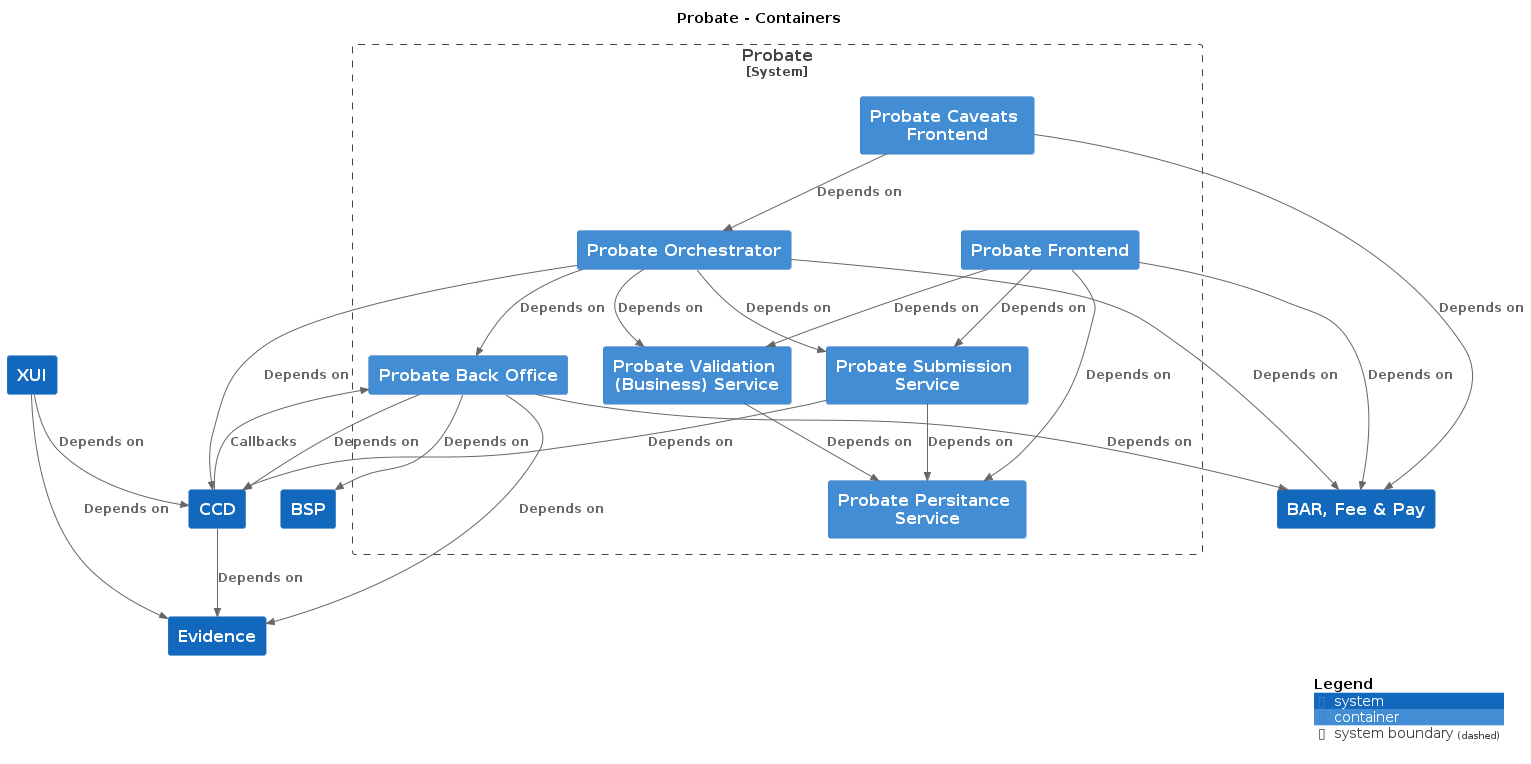
Above: docs/c4/probate/images/structurizr-probate-overview.png in hmcts/cnp-api-docs (PlantUML), before the change. Its diagram source:
```plantuml
@startuml
title Probate - Containers

top to bottom direction

!include https://raw.githubusercontent.com/plantuml-stdlib/C4-PlantUML/master/C4.puml
!include https://raw.githubusercontent.com/plantuml-stdlib/C4-PlantUML/master/C4_Context.puml
!include https://raw.githubusercontent.com/plantuml-stdlib/C4-PlantUML/master/C4_Container.puml

System(XUI, "XUI", "", $tags="")
System(CCD, "CCD", "", $tags="")
System(BARFeePay, "BAR, Fee & Pay", "", $tags="")
System(BSP, "BSP", "", $tags="")
System(Evidence, "Evidence", "", $tags="")

System_Boundary("Probate_boundary", "Probate") {
  Container(Probate.ProbatePersitanceService, "Probate Persitance Service", "", $tags="")
  Container(Probate.ProbateSubmissionService, "Probate Submission Service", "", $tags="")
  Container(Probate.ProbateFrontend, "Probate Frontend", "", $tags="")
  Container(Probate.ProbateCaveatsFrontend, "Probate Caveats Frontend", "", $tags="")
  Container(Probate.ProbateOrchestrator, "Probate Orchestrator", "", $tags="")
  Container(Probate.ProbateBackOffice, "Probate Back Office", "", $tags="")
  Container(Probate.ProbateValidationBusinessService, "Probate Validation (Business) Service", "", $tags="")
}

Rel_D(CCD, Evidence, "Depends on", $tags="")
Rel_D(XUI, Evidence, "Depends on", $tags="")
Rel_D(XUI, CCD, "Depends on", $tags="")
Rel_D(Probate.ProbateSubmissionService, CCD, "Depends on", $tags="")
Rel_D(Probate.ProbateSubmissionService, Probate.ProbatePersitanceService, "Depends on", $tags="")
Rel_D(Probate.ProbateFrontend, BARFeePay, "Depends on", $tags="")
Rel_D(Probate.ProbateFrontend, Probate.ProbateValidationBusinessService, "Depends on", $tags="")
Rel_D(Probate.ProbateFrontend, Probate.ProbatePersitanceService, "Depends on", $tags="")
Rel_D(Probate.ProbateFrontend, Probate.ProbateSubmissionService, "Depends on", $tags="")
Rel_D(Probate.ProbateCaveatsFrontend, BARFeePay, "Depends on", $tags="")
Rel_D(Probate.ProbateCaveatsFrontend, Probate.ProbateOrchestrator, "Depends on", $tags="")
Rel_D(Probate.ProbateOrchestrator, Probate.ProbateSubmissionService, "Depends on", $tags="")
Rel_D(Probate.ProbateOrchestrator, Probate.ProbateValidationBusinessService, "Depends on", $tags="")
Rel_D(Probate.ProbateOrchestrator, Probate.ProbateBackOffice, "Depends on", $tags="")
Rel_D(Probate.ProbateOrchestrator, BARFeePay, "Depends on", $tags="")
Rel_D(Probate.ProbateOrchestrator, CCD, "Depends on", $tags="")
Rel_D(Probate.ProbateBackOffice, CCD, "Depends on", $tags="")
Rel_D(Probate.ProbateBackOffice, BARFeePay, "Depends on", $tags="")
Rel_D(Probate.ProbateBackOffice, Evidence, "Depends on", $tags="")
Rel_D(Probate.ProbateBackOffice, BSP, "Depends on", $tags="")
Rel_D(Probate.ProbateValidationBusinessService, Probate.ProbatePersitanceService, "Depends on", $tags="")
Rel_D(CCD, Probate.ProbateBackOffice, "Callbacks", $tags="")

SHOW_DYNAMIC_LEGEND()
@enduml
```
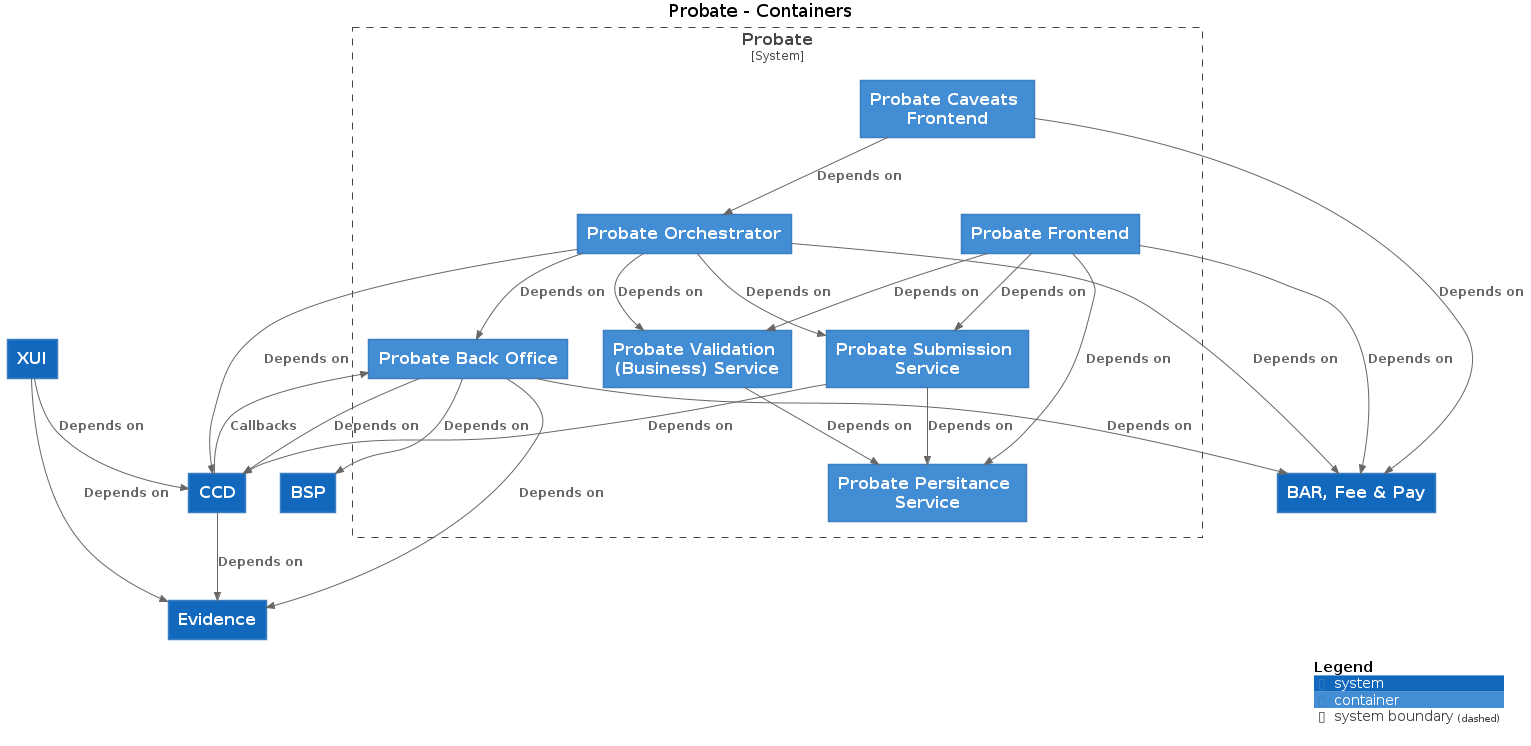
After the commit.

The edit, as a diff of the source:
```diff
@@ -3,48 +3,48 @@
 
 top to bottom direction
 
-!include https://raw.githubusercontent.com/plantuml-stdlib/C4-PlantUML/master/C4.puml
-!include https://raw.githubusercontent.com/plantuml-stdlib/C4-PlantUML/master/C4_Context.puml
-!include https://raw.githubusercontent.com/plantuml-stdlib/C4-PlantUML/master/C4_Container.puml
+!includeurl https://raw.githubusercontent.com/plantuml-stdlib/C4-PlantUML/master/C4.puml
+!includeurl https://raw.githubusercontent.com/plantuml-stdlib/C4-PlantUML/master/C4_Context.puml
+!includeurl https://raw.githubusercontent.com/plantuml-stdlib/C4-PlantUML/master/C4_Container.puml
 
-System(XUI, "XUI", "", $tags="")
-System(CCD, "CCD", "", $tags="")
-System(BARFeePay, "BAR, Fee & Pay", "", $tags="")
-System(BSP, "BSP", "", $tags="")
-System(Evidence, "Evidence", "", $tags="")
+System(XUI, "XUI", "")
+System(CCD, "CCD", "")
+System(BARFeePay, "BAR, Fee & Pay", "")
+System(BSP, "BSP", "")
+System(Evidence, "Evidence", "")
 
 System_Boundary("Probate_boundary", "Probate") {
-  Container(Probate.ProbatePersitanceService, "Probate Persitance Service", "", $tags="")
-  Container(Probate.ProbateSubmissionService, "Probate Submission Service", "", $tags="")
-  Container(Probate.ProbateFrontend, "Probate Frontend", "", $tags="")
-  Container(Probate.ProbateCaveatsFrontend, "Probate Caveats Frontend", "", $tags="")
-  Container(Probate.ProbateOrchestrator, "Probate Orchestrator", "", $tags="")
-  Container(Probate.ProbateBackOffice, "Probate Back Office", "", $tags="")
-  Container(Probate.ProbateValidationBusinessService, "Probate Validation (Business) Service", "", $tags="")
+  Container(Probate.ProbatePersitanceService, "Probate Persitance Service", "")
+  Container(Probate.ProbateSubmissionService, "Probate Submission Service", "")
+  Container(Probate.ProbateFrontend, "Probate Frontend", "")
+  Container(Probate.ProbateCaveatsFrontend, "Probate Caveats Frontend", "")
+  Container(Probate.ProbateOrchestrator, "Probate Orchestrator", "")
+  Container(Probate.ProbateBackOffice, "Probate Back Office", "")
+  Container(Probate.ProbateValidationBusinessService, "Probate Validation (Business) Service", "")
 }
 
-Rel_D(CCD, Evidence, "Depends on", $tags="")
-Rel_D(XUI, Evidence, "Depends on", $tags="")
-Rel_D(XUI, CCD, "Depends on", $tags="")
-Rel_D(Probate.ProbateSubmissionService, CCD, "Depends on", $tags="")
-Rel_D(Probate.ProbateSubmissionService, Probate.ProbatePersitanceService, "Depends on", $tags="")
-Rel_D(Probate.ProbateFrontend, BARFeePay, "Depends on", $tags="")
-Rel_D(Probate.ProbateFrontend, Probate.ProbateValidationBusinessService, "Depends on", $tags="")
-Rel_D(Probate.ProbateFrontend, Probate.ProbatePersitanceService, "Depends on", $tags="")
-Rel_D(Probate.ProbateFrontend, Probate.ProbateSubmissionService, "Depends on", $tags="")
-Rel_D(Probate.ProbateCaveatsFrontend, BARFeePay, "Depends on", $tags="")
-Rel_D(Probate.ProbateCaveatsFrontend, Probate.ProbateOrchestrator, "Depends on", $tags="")
-Rel_D(Probate.ProbateOrchestrator, Probate.ProbateSubmissionService, "Depends on", $tags="")
-Rel_D(Probate.ProbateOrchestrator, Probate.ProbateValidationBusinessService, "Depends on", $tags="")
-Rel_D(Probate.ProbateOrchestrator, Probate.ProbateBackOffice, "Depends on", $tags="")
-Rel_D(Probate.ProbateOrchestrator, BARFeePay, "Depends on", $tags="")
-Rel_D(Probate.ProbateOrchestrator, CCD, "Depends on", $tags="")
-Rel_D(Probate.ProbateBackOffice, CCD, "Depends on", $tags="")
-Rel_D(Probate.ProbateBackOffice, BARFeePay, "Depends on", $tags="")
-Rel_D(Probate.ProbateBackOffice, Evidence, "Depends on", $tags="")
-Rel_D(Probate.ProbateBackOffice, BSP, "Depends on", $tags="")
-Rel_D(Probate.ProbateValidationBusinessService, Probate.ProbatePersitanceService, "Depends on", $tags="")
-Rel_D(CCD, Probate.ProbateBackOffice, "Callbacks", $tags="")
+Rel_D(CCD, Evidence, "Depends on")
+Rel_D(XUI, Evidence, "Depends on")
+Rel_D(XUI, CCD, "Depends on")
+Rel_D(Probate.ProbateSubmissionService, CCD, "Depends on")
+Rel_D(Probate.ProbateSubmissionService, Probate.ProbatePersitanceService, "Depends on")
+Rel_D(Probate.ProbateFrontend, BARFeePay, "Depends on")
+Rel_D(Probate.ProbateFrontend, Probate.ProbateValidationBusinessService, "Depends on")
+Rel_D(Probate.ProbateFrontend, Probate.ProbatePersitanceService, "Depends on")
+Rel_D(Probate.ProbateFrontend, Probate.ProbateSubmissionService, "Depends on")
+Rel_D(Probate.ProbateCaveatsFrontend, BARFeePay, "Depends on")
+Rel_D(Probate.ProbateCaveatsFrontend, Probate.ProbateOrchestrator, "Depends on")
+Rel_D(Probate.ProbateOrchestrator, Probate.ProbateSubmissionService, "Depends on")
+Rel_D(Probate.ProbateOrchestrator, Probate.ProbateValidationBusinessService, "Depends on")
+Rel_D(Probate.ProbateOrchestrator, Probate.ProbateBackOffice, "Depends on")
+Rel_D(Probate.ProbateOrchestrator, BARFeePay, "Depends on")
+Rel_D(Probate.ProbateOrchestrator, CCD, "Depends on")
+Rel_D(Probate.ProbateBackOffice, CCD, "Depends on")
+Rel_D(Probate.ProbateBackOffice, BARFeePay, "Depends on")
+Rel_D(Probate.ProbateBackOffice, Evidence, "Depends on")
+Rel_D(Probate.ProbateBackOffice, BSP, "Depends on")
+Rel_D(Probate.ProbateValidationBusinessService, Probate.ProbatePersitanceService, "Depends on")
+Rel_D(CCD, Probate.ProbateBackOffice, "Callbacks")
 
 SHOW_DYNAMIC_LEGEND()
 @enduml
```
